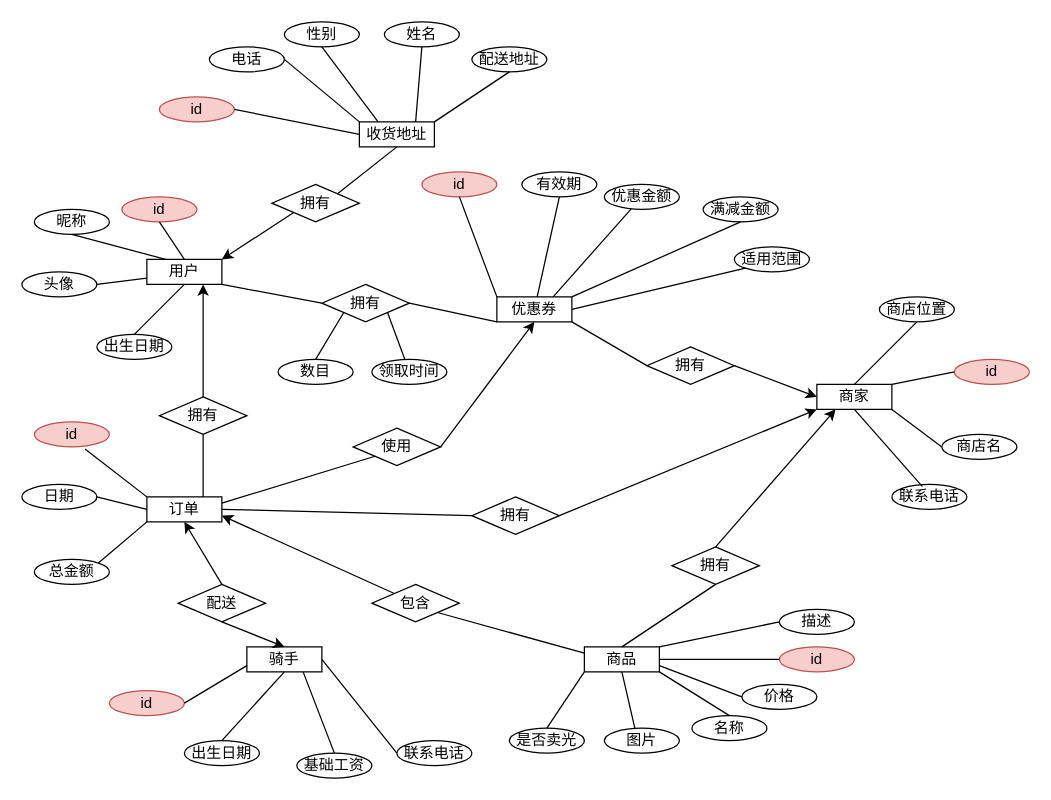
The draw.io diagram Untitled Diagram.drawio in Luozhiqiang666/MatlabArithmetic, before the edit. Source tidied: cells renumbered, new cells numbered last; positions are measured from the earlier drawing's top-left corner, leaving out a move shared by most shapes. Both pictures are drawn from the tidied source at 125%, with x=0, y=0 at pixel (21, 21).
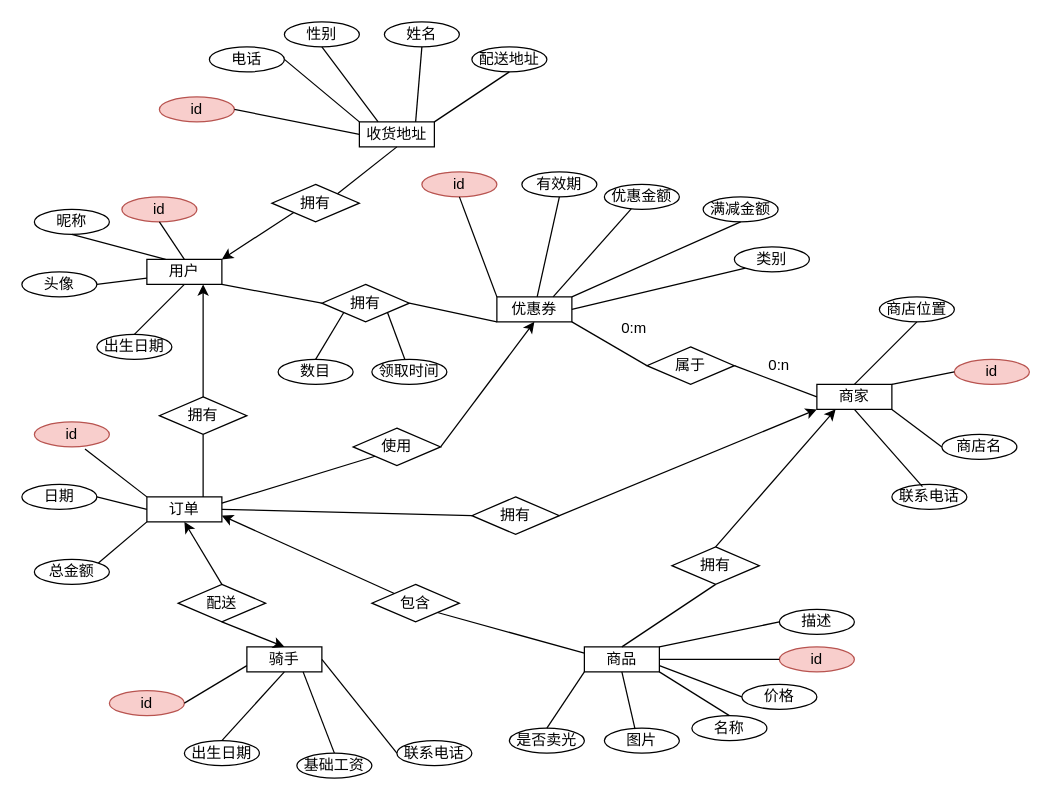
Above is the later version.

Unchanged cells that the change refers to:
```xml
<mxCell id="4" value="商家" style="rounded=0;whiteSpace=wrap;html=1;" parent="1" vertex="1">
  <mxGeometry x="636" y="290" width="60" height="20" as="geometry" />
</mxCell>
```

Change to the diagram source:
```diff
@@
-    <mxCell id="92" value="拥有" style="rhombus;whiteSpace=wrap;html=1;" parent="1" vertex="1">
+    <mxCell id="92" value="属于" style="rhombus;whiteSpace=wrap;html=1;" parent="1" vertex="1">
       <mxGeometry x="500" y="260" width="70" height="30" as="geometry" />
     </mxCell>
-    <mxCell id="93" style="endArrow=classic;html=1;rounded=0;entryX=0;entryY=0.5;entryDx=0;entryDy=0;exitX=1;exitY=0.5;exitDx=0;exitDy=0;" parent="1" edge="1" source="92" target="4">
-      <mxGeometry relative="1" as="geometry" />
-    </mxCell>
@@
-    <mxCell id="95" value="适用范围" style="ellipse;whiteSpace=wrap;html=1;" parent="1" vertex="1">
+    <mxCell id="95" value="类别" style="ellipse;whiteSpace=wrap;html=1;" parent="1" vertex="1">
       <mxGeometry x="570" y="180" width="60" height="20" as="geometry" />
     </mxCell>
@@
+    <mxCell id="102" style="endArrow=none;html=1;rounded=0;exitX=0;exitY=0.5;exitDx=0;exitDy=0;entryX=1;entryY=0.5;entryDx=0;entryDy=0;" parent="1" edge="1" source="4" target="92">
+      <mxGeometry relative="1" as="geometry" />
+    </mxCell>
+    <mxCell id="103" value="0:m" style="text;html=1;strokeColor=none;fillColor=none;align=center;verticalAlign=middle;whiteSpace=wrap;rounded=0;" parent="1" vertex="1">
+      <mxGeometry x="460" y="230" width="60" height="30" as="geometry" />
+    </mxCell>
+    <mxCell id="104" value="0:n" style="text;html=1;strokeColor=none;fillColor=none;align=center;verticalAlign=middle;whiteSpace=wrap;rounded=0;" parent="1" vertex="1">
+      <mxGeometry x="576" y="260" width="60" height="30" as="geometry" />
+    </mxCell>
```
